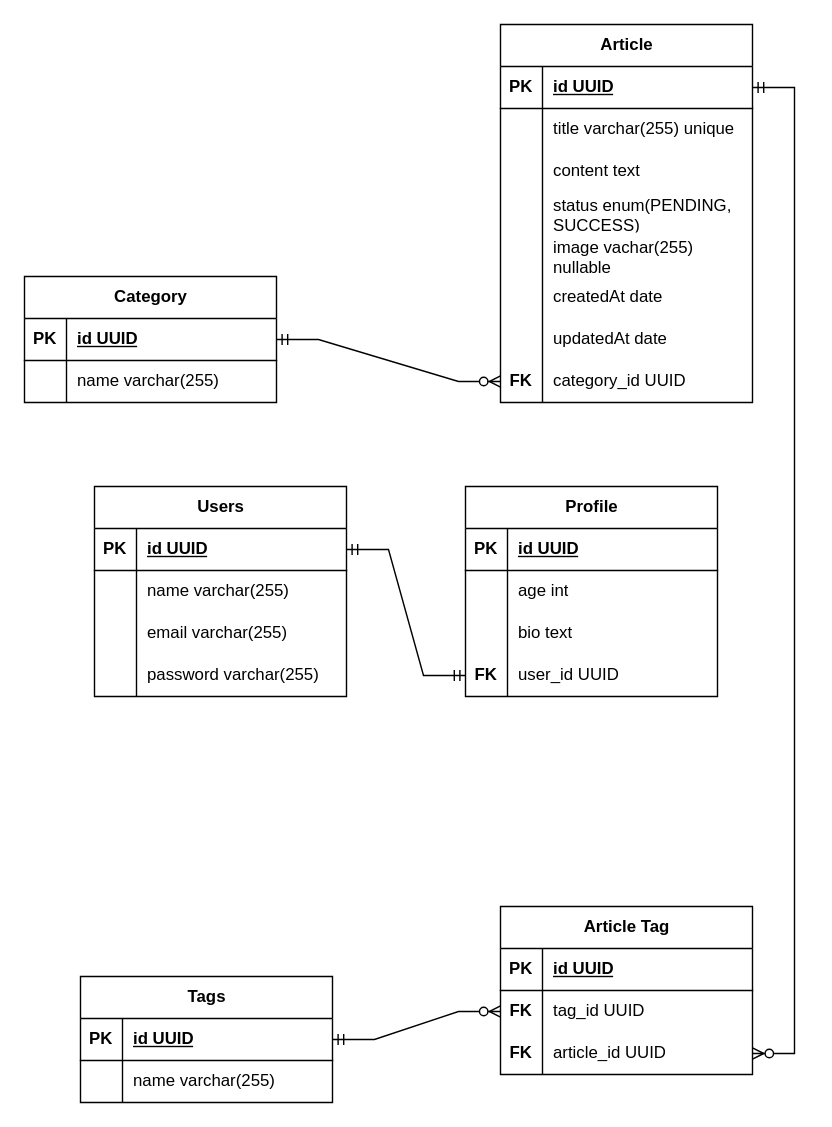
The draw.io diagram ERD.drawio in alvinreihans/learn-nest-quick, before the edit. Source tidied: cells renumbered, new cells numbered last; positions are measured from the earlier drawing's top-left corner, leaving out a move shared by most shapes. Both pictures are drawn from the tidied source at 140%, with x=0, y=0 at pixel (24, 24).
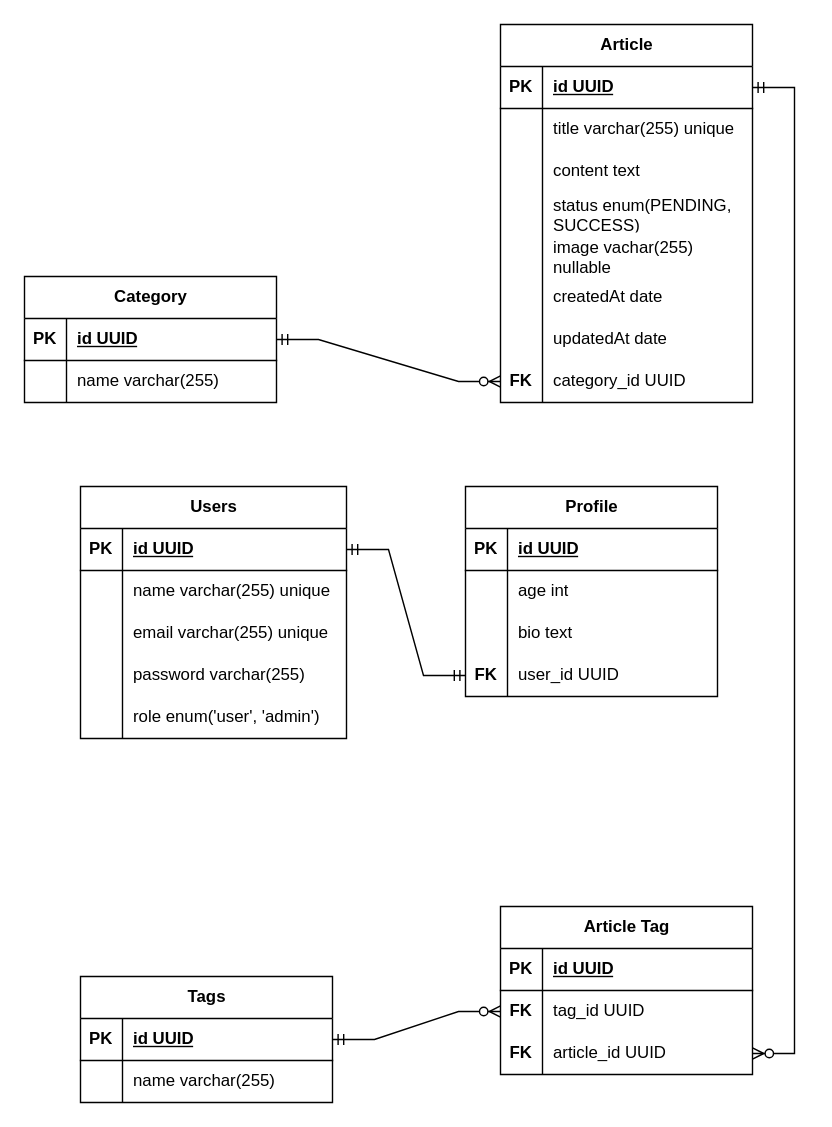
After the change.

Commit message:
docs: update ERD with user roles

Diff of the diagram source:
```diff
@@
     <mxCell id="34" value="Users" style="shape=table;startSize=30;childLayout=tableLayout;rowLines=0;fontStyle=1;align=center;html=1;" parent="1" vertex="1">
-      <mxGeometry x="50" y="330" width="180" height="150" as="geometry" />
+      <mxGeometry x="40" y="330" width="190" height="180" as="geometry" />
     </mxCell>
     <mxCell id="35" style="shape=tableRow;horizontal=0;startSize=0;swimlaneHead=0;swimlaneBody=0;fillColor=none;points=[[0,0.5],[1,0.5]];portConstraint=eastwest;top=0;left=0;right=0;bottom=1;" parent="34" vertex="1">
-      <mxGeometry y="30" width="180" height="30" as="geometry" />
+      <mxGeometry y="30" width="190" height="30" as="geometry" />
     </mxCell>
@@
     <mxCell id="37" value="id UUID" style="shape=partialRectangle;fillColor=none;top=0;left=0;bottom=0;right=0;align=left;spacingLeft=6;fontStyle=5;overflow=hidden;whiteSpace=wrap;html=1;" parent="35" vertex="1">
-      <mxGeometry x="30" width="150" height="30" as="geometry" />
+      <mxGeometry x="30" width="160" height="30" as="geometry" />
     </mxCell>
     <mxCell id="38" style="shape=tableRow;horizontal=0;startSize=0;swimlaneHead=0;swimlaneBody=0;fillColor=none;top=0;left=0;right=0;bottom=0;" parent="34" vertex="1">
-      <mxGeometry y="60" width="180" height="30" as="geometry" />
+      <mxGeometry y="60" width="190" height="30" as="geometry" />
     </mxCell>
@@
-    <mxCell id="40" value="name varchar(255)" style="shape=partialRectangle;fillColor=none;top=0;left=0;bottom=0;right=0;align=left;spacingLeft=6;overflow=hidden;whiteSpace=wrap;html=1;" parent="38" vertex="1">
-      <mxGeometry x="30" width="150" height="30" as="geometry" />
+    <mxCell id="40" value="name varchar(255) unique" style="shape=partialRectangle;fillColor=none;top=0;left=0;bottom=0;right=0;align=left;spacingLeft=6;overflow=hidden;whiteSpace=wrap;html=1;" parent="38" vertex="1">
+      <mxGeometry x="30" width="160" height="30" as="geometry" />
     </mxCell>
     <mxCell id="41" style="shape=tableRow;horizontal=0;startSize=0;swimlaneHead=0;swimlaneBody=0;fillColor=none;top=0;left=0;right=0;bottom=0;" parent="34" vertex="1">
-      <mxGeometry y="90" width="180" height="30" as="geometry" />
+      <mxGeometry y="90" width="190" height="30" as="geometry" />
     </mxCell>
@@
-    <mxCell id="43" value="email varchar(255)" style="shape=partialRectangle;fillColor=none;top=0;left=0;bottom=0;right=0;align=left;spacingLeft=6;overflow=hidden;whiteSpace=wrap;html=1;" parent="41" vertex="1">
-      <mxGeometry x="30" width="150" height="30" as="geometry" />
+    <mxCell id="43" value="email varchar(255) unique" style="shape=partialRectangle;fillColor=none;top=0;left=0;bottom=0;right=0;align=left;spacingLeft=6;overflow=hidden;whiteSpace=wrap;html=1;" parent="41" vertex="1">
+      <mxGeometry x="30" width="160" height="30" as="geometry" />
     </mxCell>
     <mxCell id="44" style="shape=tableRow;horizontal=0;startSize=0;swimlaneHead=0;swimlaneBody=0;fillColor=none;top=0;left=0;right=0;bottom=0;" parent="34" vertex="1">
-      <mxGeometry y="120" width="180" height="30" as="geometry" />
+      <mxGeometry y="120" width="190" height="30" as="geometry" />
     </mxCell>
@@
     <mxCell id="46" value="password varchar(255)" style="shape=partialRectangle;fillColor=none;top=0;left=0;bottom=0;right=0;align=left;spacingLeft=6;overflow=hidden;whiteSpace=wrap;html=1;" parent="44" vertex="1">
-      <mxGeometry x="30" width="150" height="30" as="geometry" />
+      <mxGeometry x="30" width="160" height="30" as="geometry" />
     </mxCell>
+    <mxCell id="81" style="shape=tableRow;horizontal=0;startSize=0;swimlaneHead=0;swimlaneBody=0;fillColor=none;top=0;left=0;right=0;bottom=0;" parent="34" vertex="1">
+      <mxGeometry y="150" width="190" height="30" as="geometry" />
+    </mxCell>
+    <mxCell id="82" style="shape=partialRectangle;fillColor=none;top=0;left=0;bottom=0;right=0;overflow=hidden;whiteSpace=wrap;html=1;" parent="81" vertex="1">
+      <mxGeometry width="30" height="30" as="geometry" />
+    </mxCell>
+    <mxCell id="83" value="role enum('user', 'admin')" style="shape=partialRectangle;fillColor=none;top=0;left=0;bottom=0;right=0;align=left;spacingLeft=6;overflow=hidden;whiteSpace=wrap;html=1;" parent="81" vertex="1">
+      <mxGeometry x="30" width="160" height="30" as="geometry" />
+    </mxCell>
```
